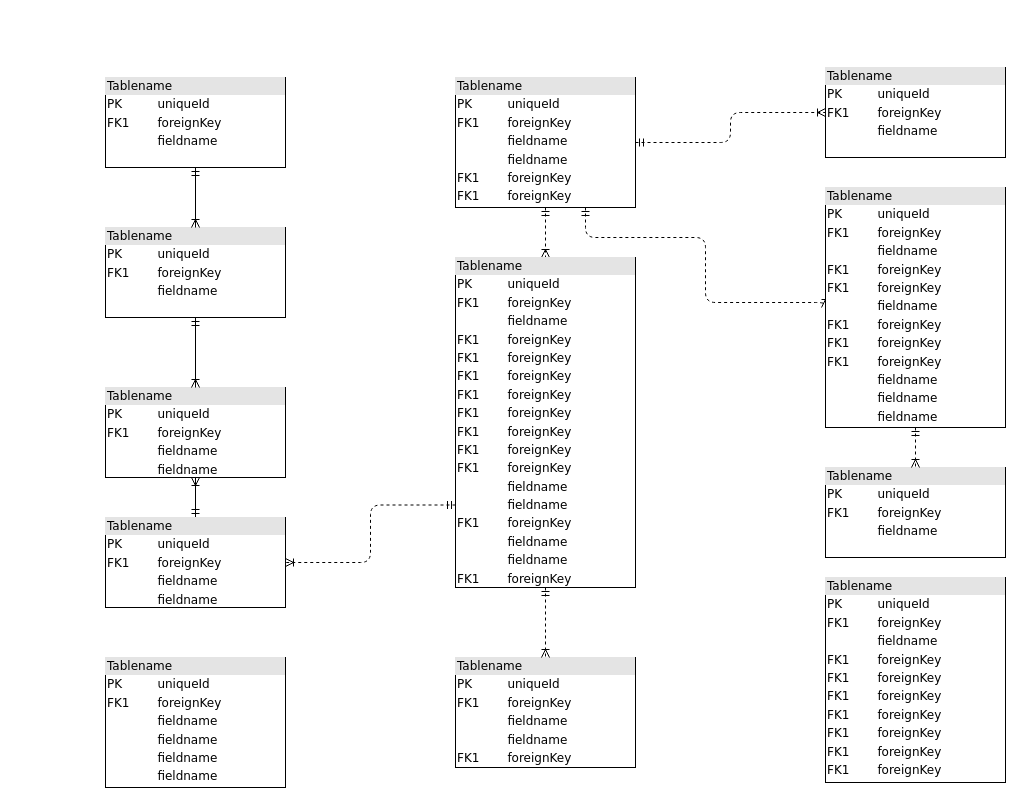
Above: photo.drawio in epvelod/diagrams (draw.io), before the change. Source tidied: cells renumbered, new cells numbered last; positions are measured from the earlier drawing's top-left corner, leaving out a move shared by most shapes. Both pictures are drawn from the tidied source at 100%, with x=0, y=0 at pixel (105, 67).
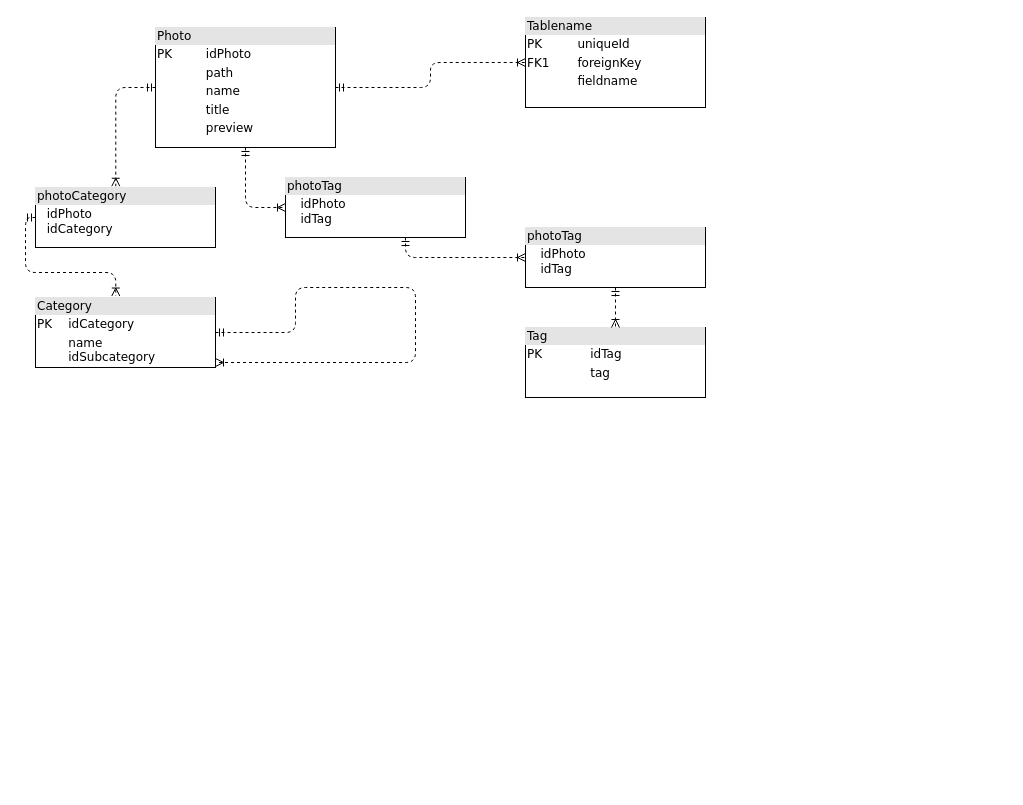
The same page after the edit.

Diff of the diagram source:
```diff
@@
-    <mxCell id="2" value="&lt;div style=&quot;box-sizing:border-box;width:100%;background:#e4e4e4;padding:2px;&quot;&gt;Tablename&lt;/div&gt;&lt;table style=&quot;width:100%;font-size:1em;&quot; cellpadding=&quot;2&quot; cellspacing=&quot;0&quot;&gt;&lt;tr&gt;&lt;td&gt;PK&lt;/td&gt;&lt;td&gt;uniqueId&lt;/td&gt;&lt;/tr&gt;&lt;tr&gt;&lt;td&gt;FK1&lt;/td&gt;&lt;td&gt;foreignKey&lt;/td&gt;&lt;/tr&gt;&lt;tr&gt;&lt;td&gt;&lt;/td&gt;&lt;td&gt;fieldname&lt;/td&gt;&lt;/tr&gt;&lt;/table&gt;" style="verticalAlign=top;align=left;overflow=fill;html=1;rounded=0;shadow=0;comic=0;labelBackgroundColor=none;strokeWidth=1;fontFamily=Verdana;fontSize=12;" parent="1" vertex="1">
-      <mxGeometry y="10" width="180" height="90" as="geometry" />
-    </mxCell>
-    <mxCell id="3" style="edgeStyle=orthogonalEdgeStyle;html=1;entryX=0.5;entryY=0;dashed=1;labelBackgroundColor=none;startArrow=ERmandOne;endArrow=ERoneToMany;fontFamily=Verdana;fontSize=12;align=left;" parent="1" edge="1" source="6" target="16">
-      <mxGeometry relative="1" as="geometry" />
-    </mxCell>
-    <mxCell id="4" style="edgeStyle=orthogonalEdgeStyle;html=1;dashed=1;labelBackgroundColor=none;startArrow=ERmandOne;endArrow=ERoneToMany;fontFamily=Verdana;fontSize=12;align=left;entryX=0;entryY=0.5;" parent="1" edge="1" source="6" target="19">
+    <mxCell id="4" style="edgeStyle=orthogonalEdgeStyle;html=1;dashed=1;labelBackgroundColor=none;startArrow=ERmandOne;endArrow=ERoneToMany;fontFamily=Verdana;fontSize=12;align=left;entryX=0;entryY=0.5;" parent="1" edge="1" source="26" target="19">
       <mxGeometry relative="1" as="geometry">
         <Array as="points">
-          <mxPoint x="480" y="170" />
-          <mxPoint x="600" y="170" />
-          <mxPoint x="600" y="235" />
+          <mxPoint x="180" y="120" />
+          <mxPoint x="300" y="120" />
+          <mxPoint x="300" y="185" />
         </Array>
       </mxGeometry>
     </mxCell>
@@
-    <mxCell id="6" value="&lt;div style=&quot;box-sizing: border-box ; width: 100% ; background: #e4e4e4 ; padding: 2px&quot;&gt;Tablename&lt;/div&gt;&lt;table style=&quot;width: 100% ; font-size: 1em&quot; cellpadding=&quot;2&quot; cellspacing=&quot;0&quot;&gt;&lt;tbody&gt;&lt;tr&gt;&lt;td&gt;PK&lt;/td&gt;&lt;td&gt;uniqueId&lt;/td&gt;&lt;/tr&gt;&lt;tr&gt;&lt;td&gt;FK1&lt;/td&gt;&lt;td&gt;foreignKey&lt;/td&gt;&lt;/tr&gt;&lt;tr&gt;&lt;td&gt;&lt;/td&gt;&lt;td&gt;fieldname&lt;/td&gt;&lt;/tr&gt;&lt;tr&gt;&lt;td&gt;&lt;br&gt;&lt;/td&gt;&lt;td&gt;fieldname&lt;br&gt;&lt;/td&gt;&lt;/tr&gt;&lt;tr&gt;&lt;td&gt;FK1&lt;br&gt;&lt;/td&gt;&lt;td&gt;foreignKey&lt;br&gt;&lt;/td&gt;&lt;/tr&gt;&lt;tr&gt;&lt;td&gt;FK1&lt;br&gt;&lt;/td&gt;&lt;td&gt;foreignKey&lt;br&gt;&lt;/td&gt;&lt;/tr&gt;&lt;/tbody&gt;&lt;/table&gt;" style="verticalAlign=top;align=left;overflow=fill;html=1;rounded=0;shadow=0;comic=0;labelBackgroundColor=none;strokeWidth=1;fontFamily=Verdana;fontSize=12;" parent="1" vertex="1">
-      <mxGeometry x="350" y="10" width="180" height="130" as="geometry" />
+    <mxCell id="6" value="&lt;div style=&quot;box-sizing: border-box ; width: 100% ; background: #e4e4e4 ; padding: 2px&quot;&gt;Photo&lt;/div&gt;&lt;table style=&quot;width: 100% ; font-size: 1em&quot; cellpadding=&quot;2&quot; cellspacing=&quot;0&quot;&gt;&lt;tbody&gt;&lt;tr&gt;&lt;td&gt;PK&lt;/td&gt;&lt;td&gt;idPhoto&lt;/td&gt;&lt;/tr&gt;&lt;tr&gt;&lt;td&gt;&lt;br&gt;&lt;/td&gt;&lt;td&gt;path&lt;/td&gt;&lt;/tr&gt;&lt;tr&gt;&lt;td&gt;&lt;/td&gt;&lt;td&gt;name&lt;/td&gt;&lt;/tr&gt;&lt;tr&gt;&lt;td&gt;&lt;br&gt;&lt;/td&gt;&lt;td&gt;title&lt;br&gt;&lt;/td&gt;&lt;/tr&gt;&lt;tr&gt;&lt;td&gt;&lt;/td&gt;&lt;td&gt;preview&lt;/td&gt;&lt;/tr&gt;&lt;/tbody&gt;&lt;/table&gt;" style="verticalAlign=top;align=left;overflow=fill;html=1;rounded=0;shadow=0;comic=0;labelBackgroundColor=none;strokeWidth=1;fontFamily=Verdana;fontSize=12;" parent="1" vertex="1">
+      <mxGeometry x="50" y="-40" width="180" height="120" as="geometry" />
     </mxCell>
-    <mxCell id="7" style="edgeStyle=orthogonalEdgeStyle;html=1;labelBackgroundColor=none;startArrow=ERmandOne;endArrow=ERoneToMany;fontFamily=Verdana;fontSize=12;align=left;" parent="1" edge="1" source="9" target="10">
-      <mxGeometry relative="1" as="geometry" />
-    </mxCell>
-    <mxCell id="8" style="edgeStyle=orthogonalEdgeStyle;html=1;exitX=0;exitY=0.75;entryX=1;entryY=0.5;dashed=1;labelBackgroundColor=none;startArrow=ERmandOne;endArrow=ERoneToMany;fontFamily=Verdana;fontSize=12;align=left;" parent="1" edge="1" source="16" target="9">
-      <mxGeometry relative="1" as="geometry" />
-    </mxCell>
-    <mxCell id="9" value="&lt;div style=&quot;box-sizing: border-box ; width: 100% ; background: #e4e4e4 ; padding: 2px&quot;&gt;Tablename&lt;/div&gt;&lt;table style=&quot;width: 100% ; font-size: 1em&quot; cellpadding=&quot;2&quot; cellspacing=&quot;0&quot;&gt;&lt;tbody&gt;&lt;tr&gt;&lt;td&gt;PK&lt;/td&gt;&lt;td&gt;uniqueId&lt;/td&gt;&lt;/tr&gt;&lt;tr&gt;&lt;td&gt;FK1&lt;/td&gt;&lt;td&gt;foreignKey&lt;/td&gt;&lt;/tr&gt;&lt;tr&gt;&lt;td&gt;&lt;/td&gt;&lt;td&gt;fieldname&lt;/td&gt;&lt;/tr&gt;&lt;tr&gt;&lt;td&gt;&lt;br&gt;&lt;/td&gt;&lt;td&gt;fieldname&lt;br&gt;&lt;/td&gt;&lt;/tr&gt;&lt;/tbody&gt;&lt;/table&gt;" style="verticalAlign=top;align=left;overflow=fill;html=1;rounded=0;shadow=0;comic=0;labelBackgroundColor=none;strokeWidth=1;fontFamily=Verdana;fontSize=12;" parent="1" vertex="1">
-      <mxGeometry y="450" width="180" height="90" as="geometry" />
-    </mxCell>
-    <mxCell id="10" value="&lt;div style=&quot;box-sizing: border-box ; width: 100% ; background: #e4e4e4 ; padding: 2px&quot;&gt;Tablename&lt;/div&gt;&lt;table style=&quot;width: 100% ; font-size: 1em&quot; cellpadding=&quot;2&quot; cellspacing=&quot;0&quot;&gt;&lt;tbody&gt;&lt;tr&gt;&lt;td&gt;PK&lt;/td&gt;&lt;td&gt;uniqueId&lt;/td&gt;&lt;/tr&gt;&lt;tr&gt;&lt;td&gt;FK1&lt;/td&gt;&lt;td&gt;foreignKey&lt;/td&gt;&lt;/tr&gt;&lt;tr&gt;&lt;td&gt;&lt;/td&gt;&lt;td&gt;fieldname&lt;/td&gt;&lt;/tr&gt;&lt;tr&gt;&lt;td&gt;&lt;br&gt;&lt;/td&gt;&lt;td&gt;fieldname&lt;br&gt;&lt;/td&gt;&lt;/tr&gt;&lt;/tbody&gt;&lt;/table&gt;" style="verticalAlign=top;align=left;overflow=fill;html=1;rounded=0;shadow=0;comic=0;labelBackgroundColor=none;strokeWidth=1;fontFamily=Verdana;fontSize=12;" parent="1" vertex="1">
-      <mxGeometry y="320" width="180" height="90" as="geometry" />
-    </mxCell>
-    <mxCell id="11" style="edgeStyle=orthogonalEdgeStyle;html=1;entryX=0.5;entryY=0;labelBackgroundColor=none;startArrow=ERmandOne;endArrow=ERoneToMany;fontFamily=Verdana;fontSize=12;align=left;" parent="1" edge="1" source="12" target="10">
-      <mxGeometry relative="1" as="geometry" />
-    </mxCell>
-    <mxCell id="12" value="&lt;div style=&quot;box-sizing:border-box;width:100%;background:#e4e4e4;padding:2px;&quot;&gt;Tablename&lt;/div&gt;&lt;table style=&quot;width:100%;font-size:1em;&quot; cellpadding=&quot;2&quot; cellspacing=&quot;0&quot;&gt;&lt;tr&gt;&lt;td&gt;PK&lt;/td&gt;&lt;td&gt;uniqueId&lt;/td&gt;&lt;/tr&gt;&lt;tr&gt;&lt;td&gt;FK1&lt;/td&gt;&lt;td&gt;foreignKey&lt;/td&gt;&lt;/tr&gt;&lt;tr&gt;&lt;td&gt;&lt;/td&gt;&lt;td&gt;fieldname&lt;/td&gt;&lt;/tr&gt;&lt;/table&gt;" style="verticalAlign=top;align=left;overflow=fill;html=1;rounded=0;shadow=0;comic=0;labelBackgroundColor=none;strokeWidth=1;fontFamily=Verdana;fontSize=12;" parent="1" vertex="1">
-      <mxGeometry y="160" width="180" height="90" as="geometry" />
-    </mxCell>
-    <mxCell id="13" value="&lt;div style=&quot;box-sizing: border-box ; width: 100% ; background: #e4e4e4 ; padding: 2px&quot;&gt;Tablename&lt;/div&gt;&lt;table style=&quot;width: 100% ; font-size: 1em&quot; cellpadding=&quot;2&quot; cellspacing=&quot;0&quot;&gt;&lt;tbody&gt;&lt;tr&gt;&lt;td&gt;PK&lt;/td&gt;&lt;td&gt;uniqueId&lt;/td&gt;&lt;/tr&gt;&lt;tr&gt;&lt;td&gt;FK1&lt;/td&gt;&lt;td&gt;foreignKey&lt;/td&gt;&lt;/tr&gt;&lt;tr&gt;&lt;td&gt;&lt;/td&gt;&lt;td&gt;fieldname&lt;/td&gt;&lt;/tr&gt;&lt;tr&gt;&lt;td&gt;FK1&lt;br&gt;&lt;/td&gt;&lt;td&gt;foreignKey&lt;br&gt;&lt;/td&gt;&lt;/tr&gt;&lt;tr&gt;&lt;td&gt;FK1&lt;br&gt;&lt;/td&gt;&lt;td&gt;foreignKey&lt;br&gt;&lt;/td&gt;&lt;/tr&gt;&lt;tr&gt;&lt;td&gt;FK1&lt;br&gt;&lt;/td&gt;&lt;td&gt;foreignKey&lt;br&gt;&lt;/td&gt;&lt;/tr&gt;&lt;tr&gt;&lt;td&gt;FK1&lt;br&gt;&lt;/td&gt;&lt;td&gt;foreignKey&lt;br&gt;&lt;/td&gt;&lt;/tr&gt;&lt;tr&gt;&lt;td&gt;FK1&lt;br&gt;&lt;/td&gt;&lt;td&gt;foreignKey&lt;br&gt;&lt;/td&gt;&lt;/tr&gt;&lt;tr&gt;&lt;td&gt;FK1&lt;br&gt;&lt;/td&gt;&lt;td&gt;foreignKey&lt;br&gt;&lt;/td&gt;&lt;/tr&gt;&lt;tr&gt;&lt;td&gt;FK1&lt;br&gt;&lt;/td&gt;&lt;td&gt;foreignKey&lt;br&gt;&lt;/td&gt;&lt;/tr&gt;&lt;/tbody&gt;&lt;/table&gt;" style="verticalAlign=top;align=left;overflow=fill;html=1;rounded=0;shadow=0;comic=0;labelBackgroundColor=none;strokeWidth=1;fontFamily=Verdana;fontSize=12;" parent="1" vertex="1">
-      <mxGeometry x="720" y="510" width="180" height="205" as="geometry" />
-    </mxCell>
-    <mxCell id="14" value="&lt;div style=&quot;box-sizing: border-box ; width: 100% ; background: #e4e4e4 ; padding: 2px&quot;&gt;Tablename&lt;/div&gt;&lt;table style=&quot;width: 100% ; font-size: 1em&quot; cellpadding=&quot;2&quot; cellspacing=&quot;0&quot;&gt;&lt;tbody&gt;&lt;tr&gt;&lt;td&gt;PK&lt;/td&gt;&lt;td&gt;uniqueId&lt;/td&gt;&lt;/tr&gt;&lt;tr&gt;&lt;td&gt;FK1&lt;/td&gt;&lt;td&gt;foreignKey&lt;/td&gt;&lt;/tr&gt;&lt;tr&gt;&lt;td&gt;&lt;/td&gt;&lt;td&gt;fieldname&lt;/td&gt;&lt;/tr&gt;&lt;tr&gt;&lt;td&gt;&lt;br&gt;&lt;/td&gt;&lt;td&gt;fieldname&lt;br&gt;&lt;/td&gt;&lt;/tr&gt;&lt;tr&gt;&lt;td&gt;FK1&lt;br&gt;&lt;/td&gt;&lt;td&gt;foreignKey&lt;br&gt;&lt;/td&gt;&lt;/tr&gt;&lt;/tbody&gt;&lt;/table&gt;" style="verticalAlign=top;align=left;overflow=fill;html=1;rounded=0;shadow=0;comic=0;labelBackgroundColor=none;strokeWidth=1;fontFamily=Verdana;fontSize=12;" parent="1" vertex="1">
-      <mxGeometry x="350" y="590" width="180" height="110" as="geometry" />
-    </mxCell>
-    <mxCell id="15" style="edgeStyle=orthogonalEdgeStyle;html=1;entryX=0.5;entryY=0;labelBackgroundColor=none;startArrow=ERmandOne;endArrow=ERoneToMany;fontFamily=Verdana;fontSize=12;align=left;dashed=1;" parent="1" edge="1" source="16" target="14">
-      <mxGeometry relative="1" as="geometry" />
-    </mxCell>
-    <mxCell id="16" value="&lt;div style=&quot;box-sizing: border-box ; width: 100% ; background: #e4e4e4 ; padding: 2px&quot;&gt;Tablename&lt;/div&gt;&lt;table style=&quot;width: 100% ; font-size: 1em&quot; cellpadding=&quot;2&quot; cellspacing=&quot;0&quot;&gt;&lt;tbody&gt;&lt;tr&gt;&lt;td&gt;PK&lt;/td&gt;&lt;td&gt;uniqueId&lt;/td&gt;&lt;/tr&gt;&lt;tr&gt;&lt;td&gt;FK1&lt;/td&gt;&lt;td&gt;foreignKey&lt;/td&gt;&lt;/tr&gt;&lt;tr&gt;&lt;td&gt;&lt;/td&gt;&lt;td&gt;fieldname&lt;/td&gt;&lt;/tr&gt;&lt;tr&gt;&lt;td&gt;FK1&lt;br&gt;&lt;/td&gt;&lt;td&gt;foreignKey&lt;br&gt;&lt;/td&gt;&lt;/tr&gt;&lt;tr&gt;&lt;td&gt;FK1&lt;br&gt;&lt;/td&gt;&lt;td&gt;foreignKey&lt;br&gt;&lt;/td&gt;&lt;/tr&gt;&lt;tr&gt;&lt;td&gt;FK1&lt;br&gt;&lt;/td&gt;&lt;td&gt;foreignKey&lt;br&gt;&lt;/td&gt;&lt;/tr&gt;&lt;tr&gt;&lt;td&gt;FK1&lt;br&gt;&lt;/td&gt;&lt;td&gt;foreignKey&lt;br&gt;&lt;/td&gt;&lt;/tr&gt;&lt;tr&gt;&lt;td&gt;FK1&lt;br&gt;&lt;/td&gt;&lt;td&gt;foreignKey&lt;br&gt;&lt;/td&gt;&lt;/tr&gt;&lt;tr&gt;&lt;td&gt;FK1&lt;br&gt;&lt;/td&gt;&lt;td&gt;foreignKey&lt;br&gt;&lt;/td&gt;&lt;/tr&gt;&lt;tr&gt;&lt;td&gt;FK1&lt;br&gt;&lt;/td&gt;&lt;td&gt;foreignKey&lt;br&gt;&lt;/td&gt;&lt;/tr&gt;&lt;tr&gt;&lt;td&gt;FK1&lt;br&gt;&lt;/td&gt;&lt;td&gt;foreignKey&lt;br&gt;&lt;/td&gt;&lt;/tr&gt;&lt;tr&gt;&lt;td&gt;&lt;br&gt;&lt;/td&gt;&lt;td&gt;fieldname&lt;br&gt;&lt;/td&gt;&lt;/tr&gt;&lt;tr&gt;&lt;td&gt;&lt;br&gt;&lt;/td&gt;&lt;td&gt;fieldname&lt;br&gt;&lt;/td&gt;&lt;/tr&gt;&lt;tr&gt;&lt;td&gt;FK1&lt;br&gt;&lt;/td&gt;&lt;td&gt;foreignKey&lt;br&gt;&lt;/td&gt;&lt;/tr&gt;&lt;tr&gt;&lt;td&gt;&lt;br&gt;&lt;/td&gt;&lt;td&gt;fieldname&lt;br&gt;&lt;/td&gt;&lt;/tr&gt;&lt;tr&gt;&lt;td&gt;&lt;br&gt;&lt;/td&gt;&lt;td&gt;fieldname&lt;br&gt;&lt;/td&gt;&lt;/tr&gt;&lt;tr&gt;&lt;td&gt;FK1&lt;br&gt;&lt;/td&gt;&lt;td&gt;foreignKey&lt;br&gt;&lt;/td&gt;&lt;/tr&gt;&lt;/tbody&gt;&lt;/table&gt;" style="verticalAlign=top;align=left;overflow=fill;html=1;rounded=0;shadow=0;comic=0;labelBackgroundColor=none;strokeWidth=1;fontFamily=Verdana;fontSize=12;" parent="1" vertex="1">
-      <mxGeometry x="350" y="190" width="180" height="330" as="geometry" />
-    </mxCell>
-    <mxCell id="17" value="&lt;div style=&quot;box-sizing:border-box;width:100%;background:#e4e4e4;padding:2px;&quot;&gt;Tablename&lt;/div&gt;&lt;table style=&quot;width:100%;font-size:1em;&quot; cellpadding=&quot;2&quot; cellspacing=&quot;0&quot;&gt;&lt;tr&gt;&lt;td&gt;PK&lt;/td&gt;&lt;td&gt;uniqueId&lt;/td&gt;&lt;/tr&gt;&lt;tr&gt;&lt;td&gt;FK1&lt;/td&gt;&lt;td&gt;foreignKey&lt;/td&gt;&lt;/tr&gt;&lt;tr&gt;&lt;td&gt;&lt;/td&gt;&lt;td&gt;fieldname&lt;/td&gt;&lt;/tr&gt;&lt;/table&gt;" style="verticalAlign=top;align=left;overflow=fill;html=1;rounded=0;shadow=0;comic=0;labelBackgroundColor=none;strokeWidth=1;fontFamily=Verdana;fontSize=12;" parent="1" vertex="1">
-      <mxGeometry x="720" y="400" width="180" height="90" as="geometry" />
+    <mxCell id="17" value="&lt;div style=&quot;box-sizing:border-box;width:100%;background:#e4e4e4;padding:2px;&quot;&gt;Tag&lt;/div&gt;&lt;table style=&quot;width:100%;font-size:1em;&quot; cellpadding=&quot;2&quot; cellspacing=&quot;0&quot;&gt;&lt;tbody&gt;&lt;tr&gt;&lt;td&gt;PK&lt;/td&gt;&lt;td&gt;idTag&lt;/td&gt;&lt;/tr&gt;&lt;tr&gt;&lt;td&gt;&lt;br&gt;&lt;/td&gt;&lt;td&gt;tag&lt;/td&gt;&lt;/tr&gt;&lt;tr&gt;&lt;td&gt;&lt;/td&gt;&lt;td&gt;&lt;br&gt;&lt;/td&gt;&lt;/tr&gt;&lt;/tbody&gt;&lt;/table&gt;" style="verticalAlign=top;align=left;overflow=fill;html=1;rounded=0;shadow=0;comic=0;labelBackgroundColor=none;strokeWidth=1;fontFamily=Verdana;fontSize=12;" parent="1" vertex="1">
+      <mxGeometry x="420" y="260" width="180" height="70" as="geometry" />
     </mxCell>
@@
-    <mxCell id="19" value="&lt;div style=&quot;box-sizing: border-box ; width: 100% ; background: #e4e4e4 ; padding: 2px&quot;&gt;Tablename&lt;/div&gt;&lt;table style=&quot;width: 100% ; font-size: 1em&quot; cellpadding=&quot;2&quot; cellspacing=&quot;0&quot;&gt;&lt;tbody&gt;&lt;tr&gt;&lt;td&gt;PK&lt;/td&gt;&lt;td&gt;uniqueId&lt;/td&gt;&lt;/tr&gt;&lt;tr&gt;&lt;td&gt;FK1&lt;/td&gt;&lt;td&gt;foreignKey&lt;/td&gt;&lt;/tr&gt;&lt;tr&gt;&lt;td&gt;&lt;/td&gt;&lt;td&gt;fieldname&lt;/td&gt;&lt;/tr&gt;&lt;tr&gt;&lt;td&gt;FK1&lt;br&gt;&lt;/td&gt;&lt;td&gt;foreignKey&lt;br&gt;&lt;/td&gt;&lt;/tr&gt;&lt;tr&gt;&lt;td&gt;FK1&lt;br&gt;&lt;/td&gt;&lt;td&gt;foreignKey&lt;br&gt;&lt;/td&gt;&lt;/tr&gt;&lt;tr&gt;&lt;td&gt;&lt;br&gt;&lt;/td&gt;&lt;td&gt;fieldname&lt;br&gt;&lt;/td&gt;&lt;/tr&gt;&lt;tr&gt;&lt;td&gt;FK1&lt;br&gt;&lt;/td&gt;&lt;td&gt;foreignKey&lt;br&gt;&lt;/td&gt;&lt;/tr&gt;&lt;tr&gt;&lt;td&gt;FK1&lt;br&gt;&lt;/td&gt;&lt;td&gt;foreignKey&lt;br&gt;&lt;/td&gt;&lt;/tr&gt;&lt;tr&gt;&lt;td&gt;FK1&lt;br&gt;&lt;/td&gt;&lt;td&gt;foreignKey&lt;br&gt;&lt;/td&gt;&lt;/tr&gt;&lt;tr&gt;&lt;td&gt;&lt;br&gt;&lt;/td&gt;&lt;td&gt;fieldname&lt;br&gt;&lt;/td&gt;&lt;/tr&gt;&lt;tr&gt;&lt;td&gt;&lt;br&gt;&lt;/td&gt;&lt;td&gt;fieldname&lt;br&gt;&lt;/td&gt;&lt;/tr&gt;&lt;tr&gt;&lt;td&gt;&lt;br&gt;&lt;/td&gt;&lt;td&gt;fieldname&lt;br&gt;&lt;/td&gt;&lt;/tr&gt;&lt;/tbody&gt;&lt;/table&gt;" style="verticalAlign=top;align=left;overflow=fill;html=1;rounded=0;shadow=0;comic=0;labelBackgroundColor=none;strokeWidth=1;fontFamily=Verdana;fontSize=12;" parent="1" vertex="1">
-      <mxGeometry x="720" y="120" width="180" height="240" as="geometry" />
+    <mxCell id="19" value="&lt;div style=&quot;box-sizing: border-box ; width: 100% ; background: #e4e4e4 ; padding: 2px&quot;&gt;photoTag&lt;/div&gt;&lt;table style=&quot;width: 100% ; font-size: 1em&quot; cellpadding=&quot;2&quot; cellspacing=&quot;0&quot;&gt;&lt;tbody&gt;&lt;tr&gt;&lt;td&gt;&lt;br&gt;&lt;/td&gt;&lt;td&gt;idPhoto&lt;br&gt;idTag&lt;/td&gt;&lt;/tr&gt;&lt;/tbody&gt;&lt;/table&gt;" style="verticalAlign=top;align=left;overflow=fill;html=1;rounded=0;shadow=0;comic=0;labelBackgroundColor=none;strokeWidth=1;fontFamily=Verdana;fontSize=12;" parent="1" vertex="1">
+      <mxGeometry x="420" y="160" width="180" height="60" as="geometry" />
     </mxCell>
     <mxCell id="20" value="&lt;div style=&quot;box-sizing:border-box;width:100%;background:#e4e4e4;padding:2px;&quot;&gt;Tablename&lt;/div&gt;&lt;table style=&quot;width:100%;font-size:1em;&quot; cellpadding=&quot;2&quot; cellspacing=&quot;0&quot;&gt;&lt;tr&gt;&lt;td&gt;PK&lt;/td&gt;&lt;td&gt;uniqueId&lt;/td&gt;&lt;/tr&gt;&lt;tr&gt;&lt;td&gt;FK1&lt;/td&gt;&lt;td&gt;foreignKey&lt;/td&gt;&lt;/tr&gt;&lt;tr&gt;&lt;td&gt;&lt;/td&gt;&lt;td&gt;fieldname&lt;/td&gt;&lt;/tr&gt;&lt;/table&gt;" style="verticalAlign=top;align=left;overflow=fill;html=1;rounded=0;shadow=0;comic=0;labelBackgroundColor=none;strokeWidth=1;fontFamily=Verdana;fontSize=12;" parent="1" vertex="1">
-      <mxGeometry x="720" width="180" height="90" as="geometry" />
+      <mxGeometry x="420" y="-50" width="180" height="90" as="geometry" />
     </mxCell>
-    <mxCell id="21" value="&lt;div style=&quot;box-sizing: border-box ; width: 100% ; background: #e4e4e4 ; padding: 2px&quot;&gt;Tablename&lt;/div&gt;&lt;table style=&quot;width: 100% ; font-size: 1em&quot; cellpadding=&quot;2&quot; cellspacing=&quot;0&quot;&gt;&lt;tbody&gt;&lt;tr&gt;&lt;td&gt;PK&lt;/td&gt;&lt;td&gt;uniqueId&lt;/td&gt;&lt;/tr&gt;&lt;tr&gt;&lt;td&gt;FK1&lt;/td&gt;&lt;td&gt;foreignKey&lt;/td&gt;&lt;/tr&gt;&lt;tr&gt;&lt;td&gt;&lt;/td&gt;&lt;td&gt;fieldname&lt;/td&gt;&lt;/tr&gt;&lt;tr&gt;&lt;td&gt;&lt;br&gt;&lt;/td&gt;&lt;td&gt;fieldname&lt;br&gt;&lt;/td&gt;&lt;/tr&gt;&lt;tr&gt;&lt;td&gt;&lt;br&gt;&lt;/td&gt;&lt;td&gt;fieldname&lt;br&gt;&lt;/td&gt;&lt;/tr&gt;&lt;tr&gt;&lt;td&gt;&lt;br&gt;&lt;/td&gt;&lt;td&gt;fieldname&lt;br&gt;&lt;/td&gt;&lt;/tr&gt;&lt;/tbody&gt;&lt;/table&gt;" style="verticalAlign=top;align=left;overflow=fill;html=1;rounded=0;shadow=0;comic=0;labelBackgroundColor=none;strokeWidth=1;fontFamily=Verdana;fontSize=12;" parent="1" vertex="1">
-      <mxGeometry y="590" width="180" height="130" as="geometry" />
-    </mxCell>
-    <mxCell id="22" style="edgeStyle=orthogonalEdgeStyle;html=1;endArrow=ERoneToMany;startArrow=ERmandOne;labelBackgroundColor=none;fontFamily=Verdana;fontSize=12;align=left;exitX=0.5;exitY=1;entryX=0.5;entryY=0;" parent="1" edge="1" source="2" target="12">
-      <mxGeometry relative="1" as="geometry" />
-    </mxCell>
+    <mxCell id="23" value="&lt;div style=&quot;box-sizing:border-box;width:100%;background:#e4e4e4;padding:2px;&quot;&gt;Category&lt;/div&gt;&lt;table style=&quot;width:100%;font-size:1em;&quot; cellpadding=&quot;2&quot; cellspacing=&quot;0&quot;&gt;&lt;tbody&gt;&lt;tr&gt;&lt;td&gt;PK&lt;/td&gt;&lt;td&gt;idCategory&lt;/td&gt;&lt;/tr&gt;&lt;tr&gt;&lt;td&gt;&lt;br&gt;&lt;/td&gt;&lt;td&gt;name&lt;br&gt;idSubcategory&lt;br&gt;&lt;/td&gt;&lt;/tr&gt;&lt;tr&gt;&lt;td&gt;&lt;/td&gt;&lt;td&gt;&lt;br&gt;&lt;/td&gt;&lt;/tr&gt;&lt;/tbody&gt;&lt;/table&gt;" style="verticalAlign=top;align=left;overflow=fill;html=1;rounded=0;shadow=0;comic=0;labelBackgroundColor=none;strokeWidth=1;fontFamily=Verdana;fontSize=12;" parent="1" vertex="1">
+      <mxGeometry x="-70" y="230" width="180" height="70" as="geometry" />
+    </mxCell>
+    <mxCell id="24" style="edgeStyle=orthogonalEdgeStyle;html=1;dashed=1;labelBackgroundColor=none;startArrow=ERmandOne;endArrow=ERoneToMany;fontFamily=Verdana;fontSize=12;align=left;" parent="1" edge="1" source="23" target="23">
+      <mxGeometry relative="1" as="geometry">
+        <Array as="points">
+          <mxPoint x="190" y="220" />
+          <mxPoint x="310" y="220" />
+          <mxPoint x="310" y="295" />
+        </Array>
+      </mxGeometry>
+    </mxCell>
+    <mxCell id="25" style="edgeStyle=orthogonalEdgeStyle;html=1;dashed=1;labelBackgroundColor=none;startArrow=ERmandOne;endArrow=ERoneToMany;fontFamily=Verdana;fontSize=12;align=left;entryX=0;entryY=0.5;" parent="1" edge="1" source="6" target="26">
+      <mxGeometry relative="1" as="geometry" />
+    </mxCell>
+    <mxCell id="26" value="&lt;div style=&quot;box-sizing: border-box ; width: 100% ; background: #e4e4e4 ; padding: 2px&quot;&gt;photoTag&lt;/div&gt;&lt;table style=&quot;width: 100% ; font-size: 1em&quot; cellpadding=&quot;2&quot; cellspacing=&quot;0&quot;&gt;&lt;tbody&gt;&lt;tr&gt;&lt;td&gt;&lt;br&gt;&lt;/td&gt;&lt;td&gt;idPhoto&lt;br&gt;idTag&lt;/td&gt;&lt;/tr&gt;&lt;/tbody&gt;&lt;/table&gt;" style="verticalAlign=top;align=left;overflow=fill;html=1;rounded=0;shadow=0;comic=0;labelBackgroundColor=none;strokeWidth=1;fontFamily=Verdana;fontSize=12;" parent="1" vertex="1">
+      <mxGeometry x="180" y="110" width="180" height="60" as="geometry" />
+    </mxCell>
+    <mxCell id="27" style="edgeStyle=orthogonalEdgeStyle;html=1;dashed=1;labelBackgroundColor=none;startArrow=ERmandOne;endArrow=ERoneToMany;fontFamily=Verdana;fontSize=12;align=left;exitX=0;exitY=0.5;exitDx=0;exitDy=0;entryX=0.446;entryY=-0.021;entryDx=0;entryDy=0;entryPerimeter=0;" parent="1" edge="1" source="29" target="23">
+      <mxGeometry relative="1" as="geometry" />
+    </mxCell>
+    <mxCell id="28" style="edgeStyle=orthogonalEdgeStyle;html=1;dashed=1;labelBackgroundColor=none;startArrow=ERmandOne;endArrow=ERoneToMany;fontFamily=Verdana;fontSize=12;align=left;exitX=0;exitY=0.5;exitDx=0;exitDy=0;entryX=0.446;entryY=-0.021;entryDx=0;entryDy=0;entryPerimeter=0;" parent="1" edge="1" source="6" target="29">
+      <mxGeometry relative="1" as="geometry" />
+    </mxCell>
+    <mxCell id="29" value="&lt;div style=&quot;box-sizing: border-box ; width: 100% ; background: #e4e4e4 ; padding: 2px&quot;&gt;photoCategory&lt;/div&gt;&lt;table style=&quot;width: 100% ; font-size: 1em&quot; cellpadding=&quot;2&quot; cellspacing=&quot;0&quot;&gt;&lt;tbody&gt;&lt;tr&gt;&lt;td&gt;&lt;br&gt;&lt;/td&gt;&lt;td&gt;idPhoto&lt;br&gt;idCategory&lt;/td&gt;&lt;/tr&gt;&lt;/tbody&gt;&lt;/table&gt;" style="verticalAlign=top;align=left;overflow=fill;html=1;rounded=0;shadow=0;comic=0;labelBackgroundColor=none;strokeWidth=1;fontFamily=Verdana;fontSize=12;" parent="1" vertex="1">
+      <mxGeometry x="-70" y="120" width="180" height="60" as="geometry" />
+    </mxCell>
```
